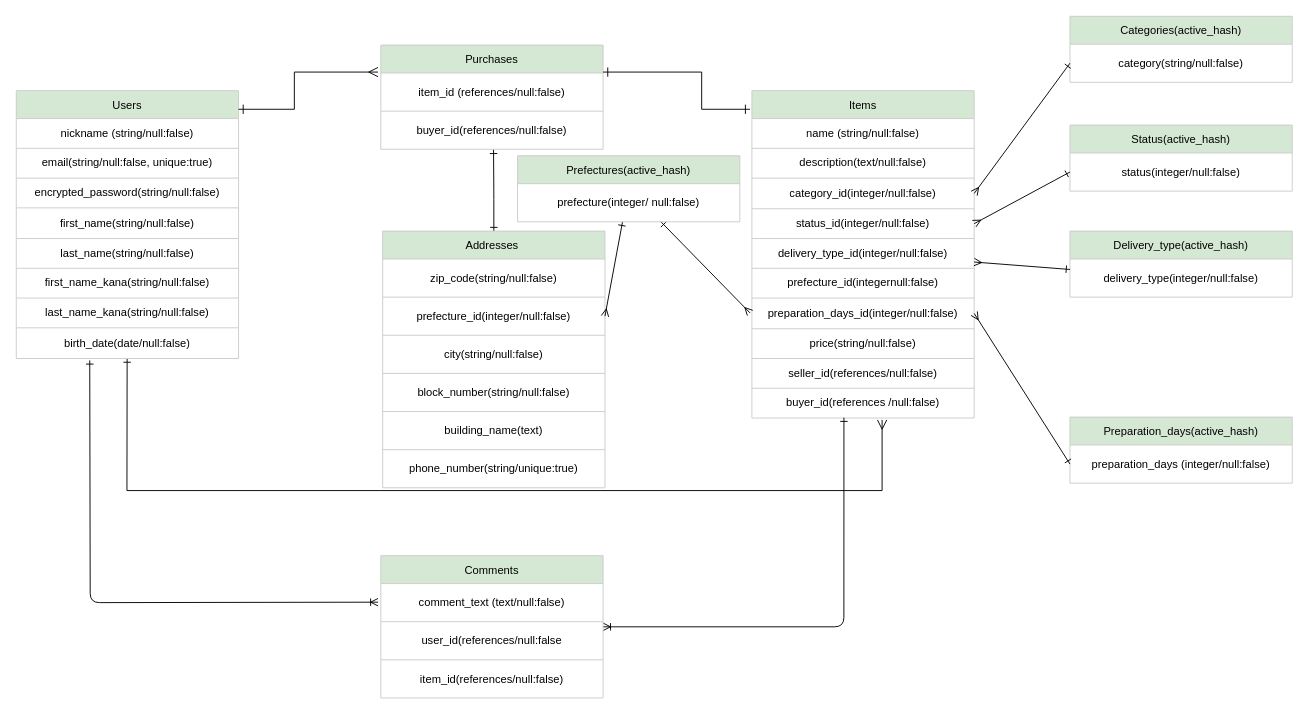
Earlier version of the draw.io diagram ER.dio (masahito19770526/furima-38965). Source tidied: cells renumbered, new cells numbered last; positions are measured from the earlier drawing's top-left corner, leaving out a move shared by most shapes. Both pictures are drawn from the tidied source at 93%, with x=0, y=0 at pixel (16, 16).
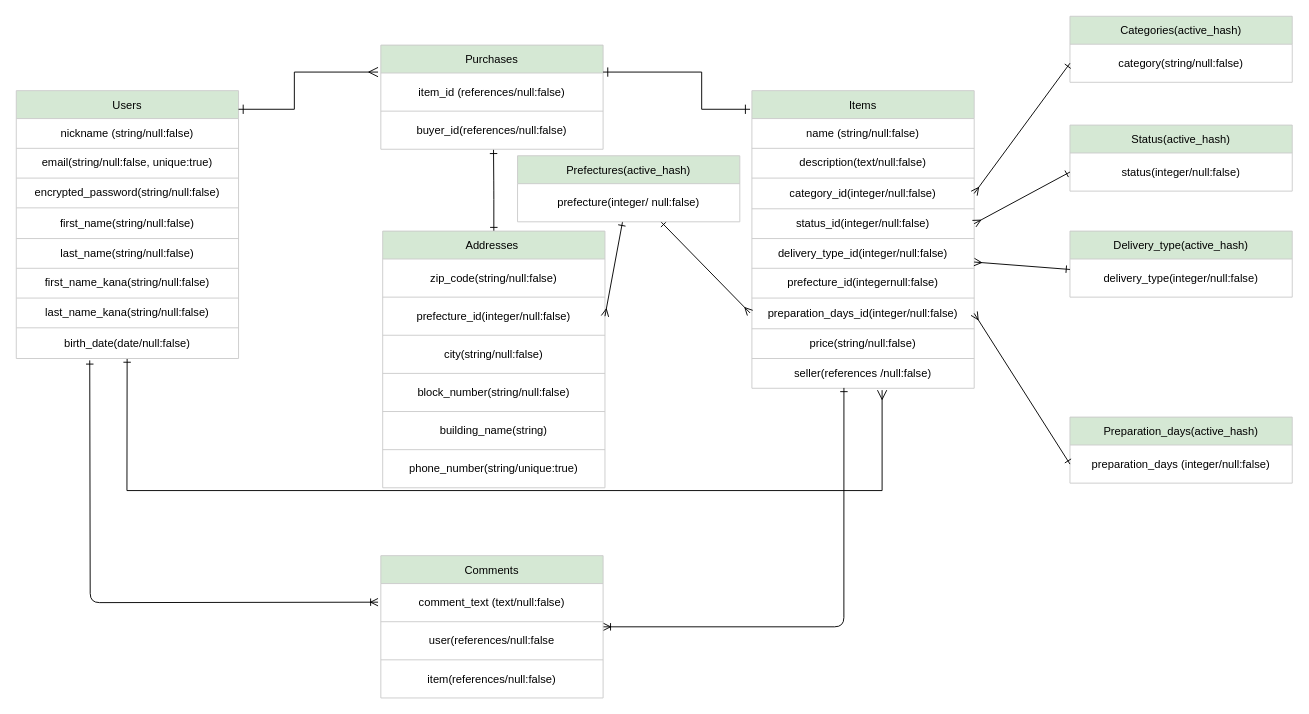
After the change.

Unchanged cells that the change refers to:
```xml
<mxCell id="50" style="shape=tableRow;horizontal=0;startSize=0;swimlaneHead=0;swimlaneBody=0;top=0;left=0;bottom=0;right=0;fillColor=none;" parent="47" vertex="1">
  <mxGeometry y="71" width="239" height="41" as="geometry" />
</mxCell>
<mxCell id="52" style="shape=tableRow;horizontal=0;startSize=0;swimlaneHead=0;swimlaneBody=0;top=0;left=0;bottom=0;right=0;fillColor=none;" parent="47" vertex="1">
  <mxGeometry y="112" width="239" height="41" as="geometry" />
</mxCell>
<mxCell id="64" style="shape=tableRow;horizontal=0;startSize=0;swimlaneHead=0;swimlaneBody=0;top=0;left=0;bottom=0;right=0;fillColor=none;" parent="55" vertex="1">
  <mxGeometry y="194" width="239" height="41" as="geometry" />
</mxCell>
```

What changed in the source:
```diff
@@
     <mxCell id="20" value="Items" style="shape=table;startSize=30;childLayout=tableLayout;fillColor=#d5e8d4;strokeColor=#CCCCCC;" parent="1" vertex="1">
-      <mxGeometry x="791" y="80" width="239" height="352" as="geometry" />
+      <mxGeometry x="791" y="80" width="239" height="320" as="geometry" />
     </mxCell>
@@
-    <mxCell id="37" style="shape=tableRow;horizontal=0;startSize=0;swimlaneHead=0;swimlaneBody=0;top=0;left=0;bottom=0;right=0;fillColor=none;" parent="20" vertex="1">
-      <mxGeometry y="288" width="239" height="32" as="geometry" />
-    </mxCell>
-    <mxCell id="38" value="seller_id(references/null:false)" style="shape=partialRectangle;html=1;whiteSpace=wrap;overflow=hidden;fillColor=none;top=0;left=0;bottom=0;right=0;" parent="37" vertex="1">
-      <mxGeometry width="239" height="32" as="geometry" />
-    </mxCell>
     <mxCell id="39" style="shape=tableRow;horizontal=0;startSize=0;swimlaneHead=0;swimlaneBody=0;top=0;left=0;bottom=0;right=0;fillColor=none;points=[[0,0.5],[1,0.5]];portConstraint=eastwest;" parent="20" vertex="1">
-      <mxGeometry y="320" width="239" height="32" as="geometry" />
+      <mxGeometry y="288" width="239" height="32" as="geometry" />
     </mxCell>
-    <mxCell id="40" value="buyer_id(references /null:false)" style="shape=partialRectangle;html=1;whiteSpace=wrap;overflow=hidden;fillColor=none;top=0;left=0;bottom=0;right=0;" parent="39" vertex="1">
+    <mxCell id="40" value="seller(references /null:false)" style="shape=partialRectangle;html=1;whiteSpace=wrap;overflow=hidden;fillColor=none;top=0;left=0;bottom=0;right=0;" parent="39" vertex="1">
       <mxGeometry width="239" height="32" as="geometry" />
     </mxCell>
@@
-    <mxCell id="51" value="user_id(references/null:false" style="shape=partialRectangle;html=1;whiteSpace=wrap;overflow=hidden;fillColor=none;top=0;left=0;bottom=0;right=0;" parent="50" vertex="1">
+    <mxCell id="51" value="user(references/null:false" style="shape=partialRectangle;html=1;whiteSpace=wrap;overflow=hidden;fillColor=none;top=0;left=0;bottom=0;right=0;" parent="50" vertex="1">
       <mxGeometry width="239" height="41" as="geometry" />
     </mxCell>
@@
-    <mxCell id="53" value="item_id(references/null:false)" style="shape=partialRectangle;html=1;whiteSpace=wrap;overflow=hidden;fillColor=none;top=0;left=0;bottom=0;right=0;" parent="52" vertex="1">
+    <mxCell id="53" value="item(references/null:false)" style="shape=partialRectangle;html=1;whiteSpace=wrap;overflow=hidden;fillColor=none;top=0;left=0;bottom=0;right=0;" parent="52" vertex="1">
       <mxGeometry width="239" height="41" as="geometry" />
     </mxCell>
@@
-    <mxCell id="65" value="building_name(text)" style="shape=partialRectangle;html=1;whiteSpace=wrap;overflow=hidden;fillColor=none;top=0;left=0;bottom=0;right=0;" parent="64" vertex="1">
+    <mxCell id="65" value="building_name(string)" style="shape=partialRectangle;html=1;whiteSpace=wrap;overflow=hidden;fillColor=none;top=0;left=0;bottom=0;right=0;" parent="64" vertex="1">
       <mxGeometry width="239" height="41" as="geometry" />
     </mxCell>
```
